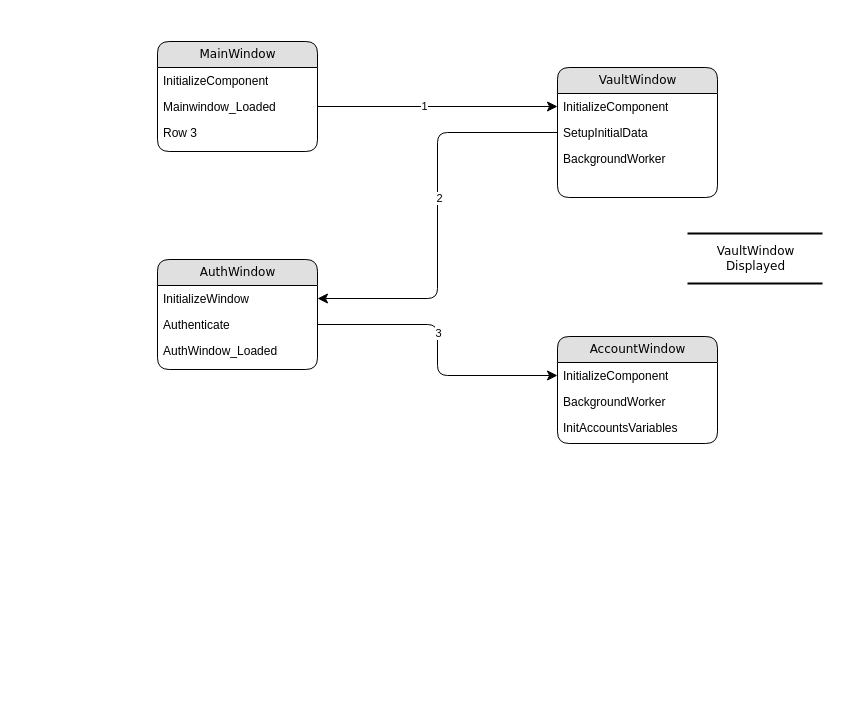
naz-hage/repo1 keeps this draw.io diagram as Vault.drawio. Above is the earlier version. Source tidied: cells renumbered, new cells numbered last; positions are measured from the earlier drawing's top-left corner, leaving out a move shared by most shapes. Both pictures are drawn from the tidied source at 100%, with x=0, y=0 at pixel (157, 41).
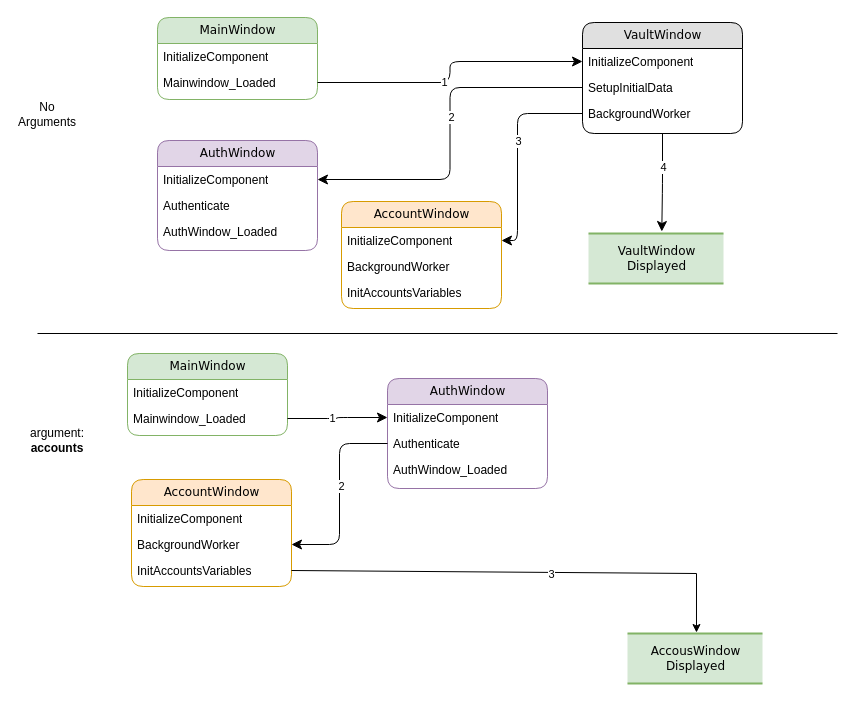
The same page after the edit.

Unchanged cells that the change refers to:
```xml
<mxCell id="9" value="BackgroundWorker" style="text;html=1;strokeColor=none;fillColor=none;spacingLeft=4;spacingRight=4;whiteSpace=wrap;overflow=hidden;points=[[0,0.5],[1,0.5]];portConstraint=eastwest;" parent="6" vertex="1">
  <mxGeometry y="78" width="160" height="26" as="geometry" />
</mxCell>
<mxCell id="12" value="Authenticate" style="text;html=1;strokeColor=none;fillColor=none;spacingLeft=4;spacingRight=4;whiteSpace=wrap;overflow=hidden;points=[[0,0.5],[1,0.5]];portConstraint=eastwest;" parent="10" vertex="1">
  <mxGeometry y="52" width="160" height="26" as="geometry" />
</mxCell>
<mxCell id="15" value="InitializeComponent" style="text;html=1;strokeColor=none;fillColor=none;spacingLeft=4;spacingRight=4;whiteSpace=wrap;overflow=hidden;points=[[0,0.5],[1,0.5]];portConstraint=eastwest;" parent="14" vertex="1">
  <mxGeometry y="26" width="160" height="26" as="geometry" />
</mxCell>
```

Change to the diagram source:
```diff
@@
-    <mxCell id="2" value="MainWindow" style="swimlane;html=1;fontStyle=0;horizontal=1;startSize=26;fillColor=#e0e0e0;swimlaneFillColor=#ffffff;align=center;rounded=1;shadow=0;comic=0;labelBackgroundColor=none;strokeWidth=1;fontFamily=Verdana;fontSize=12;" parent="1" vertex="1">
-      <mxGeometry width="160" height="110" as="geometry" />
+    <mxCell id="2" value="MainWindow" style="swimlane;html=1;fontStyle=0;horizontal=1;startSize=26;fillColor=#d5e8d4;swimlaneFillColor=#ffffff;align=center;rounded=1;shadow=0;comic=0;labelBackgroundColor=none;strokeWidth=1;fontFamily=Verdana;fontSize=12;strokeColor=#82b366;" parent="1" vertex="1">
+      <mxGeometry y="-24" width="160" height="82" as="geometry" />
     </mxCell>
@@
-    <mxCell id="5" value="Row 3" style="text;html=1;strokeColor=none;fillColor=none;spacingLeft=4;spacingRight=4;whiteSpace=wrap;overflow=hidden;" parent="2" vertex="1">
-      <mxGeometry y="78" width="160" height="26" as="geometry" />
-    </mxCell>
     <mxCell id="6" value="VaultWindow" style="swimlane;html=1;fontStyle=0;horizontal=1;startSize=26;fillColor=#e0e0e0;swimlaneFillColor=#ffffff;align=center;rounded=1;shadow=0;comic=0;labelBackgroundColor=none;strokeWidth=1;fontFamily=Verdana;fontSize=12;" parent="1" vertex="1">
-      <mxGeometry x="400" y="26" width="160" height="130" as="geometry" />
+      <mxGeometry x="425" y="-19" width="160" height="111" as="geometry" />
     </mxCell>
@@
-    <mxCell id="10" value="AuthWindow" style="swimlane;html=1;fontStyle=0;horizontal=1;startSize=26;fillColor=#e0e0e0;swimlaneFillColor=#ffffff;align=center;rounded=1;shadow=0;comic=0;labelBackgroundColor=none;strokeWidth=1;fontFamily=Verdana;fontSize=12;" parent="1" vertex="1">
-      <mxGeometry y="218" width="160" height="110" as="geometry" />
+    <mxCell id="10" value="AuthWindow" style="swimlane;html=1;fontStyle=0;horizontal=1;startSize=26;fillColor=#e1d5e7;swimlaneFillColor=#ffffff;align=center;rounded=1;shadow=0;comic=0;labelBackgroundColor=none;strokeWidth=1;fontFamily=Verdana;fontSize=12;strokeColor=#9673a6;" parent="1" vertex="1">
+      <mxGeometry y="99" width="160" height="110" as="geometry" />
     </mxCell>
-    <mxCell id="11" value="InitializeWindow" style="text;html=1;strokeColor=none;fillColor=none;spacingLeft=4;spacingRight=4;whiteSpace=wrap;overflow=hidden;points=[[0,0.5],[1,0.5]];portConstraint=eastwest;" parent="10" vertex="1">
+    <mxCell id="11" value="InitializeComponent" style="text;html=1;strokeColor=none;fillColor=none;spacingLeft=4;spacingRight=4;whiteSpace=wrap;overflow=hidden;points=[[0,0.5],[1,0.5]];portConstraint=eastwest;" parent="10" vertex="1">
       <mxGeometry y="26" width="160" height="26" as="geometry" />
     </mxCell>
@@
-    <mxCell id="14" value="AccountWindow" style="swimlane;html=1;fontStyle=0;horizontal=1;startSize=26;fillColor=#e0e0e0;swimlaneFillColor=#ffffff;align=center;rounded=1;shadow=0;comic=0;labelBackgroundColor=none;strokeWidth=1;fontFamily=Verdana;fontSize=12;" parent="1" vertex="1">
-      <mxGeometry x="400" y="295" width="160" height="107" as="geometry" />
+    <mxCell id="14" value="AccountWindow" style="swimlane;html=1;fontStyle=0;horizontal=1;startSize=26;fillColor=#ffe6cc;swimlaneFillColor=#ffffff;align=center;rounded=1;shadow=0;comic=0;labelBackgroundColor=none;strokeWidth=1;fontFamily=Verdana;fontSize=12;strokeColor=#d79b00;" parent="1" vertex="1">
+      <mxGeometry x="184" y="160" width="160" height="107" as="geometry" />
     </mxCell>
@@
-    <mxCell id="20" style="edgeStyle=orthogonalEdgeStyle;html=1;exitX=1;exitY=0.5;entryX=0;entryY=0.5;labelBackgroundColor=none;startFill=0;startSize=8;endFill=1;endSize=8;fontFamily=Verdana;fontSize=12;entryDx=0;entryDy=0;" parent="1" edge="1" source="12" target="15">
-      <mxGeometry relative="1" as="geometry" />
+    <mxCell id="20" style="edgeStyle=orthogonalEdgeStyle;html=1;entryX=1;entryY=0.5;labelBackgroundColor=none;startFill=0;startSize=8;endFill=1;endSize=8;fontFamily=Verdana;fontSize=12;entryDx=0;entryDy=0;exitX=0;exitY=0.5;exitDx=0;exitDy=0;" parent="1" edge="1" source="9" target="15">
+      <mxGeometry relative="1" as="geometry">
+        <Array as="points">
+          <mxPoint x="360" y="72" />
+          <mxPoint x="360" y="199" />
+        </Array>
+      </mxGeometry>
     </mxCell>
@@
-    <mxCell id="24" value="VaultWindow &lt;br&gt;Displayed" style="html=1;rounded=0;shadow=0;comic=0;labelBackgroundColor=none;strokeWidth=2;fontFamily=Verdana;fontSize=12;align=center;shape=mxgraph.ios7ui.horLines;" parent="1" vertex="1">
-      <mxGeometry x="530" y="192" width="135" height="50" as="geometry" />
+    <mxCell id="24" value="VaultWindow &lt;br&gt;Displayed" style="html=1;rounded=0;shadow=0;comic=0;labelBackgroundColor=none;strokeWidth=2;fontFamily=Verdana;fontSize=12;align=center;shape=mxgraph.ios7ui.horLines;fillColor=#d5e8d4;strokeColor=#82b366;" parent="1" vertex="1">
+      <mxGeometry x="431" y="192" width="135" height="50" as="geometry" />
     </mxCell>
+    <mxCell id="25" style="edgeStyle=orthogonalEdgeStyle;html=1;entryX=0.543;entryY=-0.04;labelBackgroundColor=none;startFill=0;startSize=8;endFill=1;endSize=8;fontFamily=Verdana;fontSize=12;entryDx=0;entryDy=0;entryPerimeter=0;exitX=0.5;exitY=1;exitDx=0;exitDy=0;" parent="1" edge="1" source="6" target="24">
+      <mxGeometry relative="1" as="geometry" />
+    </mxCell>
+    <mxCell id="26" value="4" style="edgeLabel;html=1;align=center;verticalAlign=middle;" parent="25" vertex="1">
+      <mxGeometry x="-0.34" relative="1" as="geometry" />
+    </mxCell>
+    <mxCell id="27" value="No Arguments" style="text;strokeColor=none;align=center;fillColor=none;html=1;verticalAlign=middle;whiteSpace=wrap;rounded=0;" parent="1" vertex="1">
+      <mxGeometry x="-140" y="58" width="60" height="30" as="geometry" />
+    </mxCell>
+    <mxCell id="28" value="MainWindow" style="swimlane;html=1;fontStyle=0;horizontal=1;startSize=26;fillColor=#d5e8d4;swimlaneFillColor=#ffffff;align=center;rounded=1;shadow=0;comic=0;labelBackgroundColor=none;strokeWidth=1;fontFamily=Verdana;fontSize=12;strokeColor=#82b366;" parent="1" vertex="1">
+      <mxGeometry x="-30" y="312" width="160" height="82" as="geometry" />
+    </mxCell>
+    <mxCell id="29" value="InitializeComponent" style="text;html=1;strokeColor=none;fillColor=none;spacingLeft=4;spacingRight=4;whiteSpace=wrap;overflow=hidden;" parent="28" vertex="1">
+      <mxGeometry y="26" width="160" height="26" as="geometry" />
+    </mxCell>
+    <mxCell id="30" value="Mainwindow_Loaded" style="text;html=1;strokeColor=none;fillColor=none;spacingLeft=4;spacingRight=4;whiteSpace=wrap;overflow=hidden;points=[[0,0.5],[1,0.5]];portConstraint=eastwest;" parent="28" vertex="1">
+      <mxGeometry y="52" width="160" height="26" as="geometry" />
+    </mxCell>
+    <mxCell id="31" value="AuthWindow" style="swimlane;html=1;fontStyle=0;horizontal=1;startSize=26;fillColor=#e1d5e7;swimlaneFillColor=#ffffff;align=center;rounded=1;shadow=0;comic=0;labelBackgroundColor=none;strokeWidth=1;fontFamily=Verdana;fontSize=12;strokeColor=#9673a6;" parent="1" vertex="1">
+      <mxGeometry x="230" y="337" width="160" height="110" as="geometry" />
+    </mxCell>
+    <mxCell id="32" value="InitializeComponent" style="text;html=1;strokeColor=none;fillColor=none;spacingLeft=4;spacingRight=4;whiteSpace=wrap;overflow=hidden;points=[[0,0.5],[1,0.5]];portConstraint=eastwest;" parent="31" vertex="1">
+      <mxGeometry y="26" width="160" height="26" as="geometry" />
+    </mxCell>
+    <mxCell id="33" value="Authenticate" style="text;html=1;strokeColor=none;fillColor=none;spacingLeft=4;spacingRight=4;whiteSpace=wrap;overflow=hidden;points=[[0,0.5],[1,0.5]];portConstraint=eastwest;" parent="31" vertex="1">
+      <mxGeometry y="52" width="160" height="26" as="geometry" />
+    </mxCell>
+    <mxCell id="34" value="AuthWindow_Loaded" style="text;html=1;strokeColor=none;fillColor=none;spacingLeft=4;spacingRight=4;whiteSpace=wrap;overflow=hidden;" parent="31" vertex="1">
+      <mxGeometry y="78" width="160" height="26" as="geometry" />
+    </mxCell>
+    <mxCell id="35" value="AccountWindow" style="swimlane;html=1;fontStyle=0;horizontal=1;startSize=26;fillColor=#ffe6cc;swimlaneFillColor=#ffffff;align=center;rounded=1;shadow=0;comic=0;labelBackgroundColor=none;strokeWidth=1;fontFamily=Verdana;fontSize=12;strokeColor=#d79b00;" parent="1" vertex="1">
+      <mxGeometry x="-26" y="438" width="160" height="107" as="geometry" />
+    </mxCell>
+    <mxCell id="36" value="InitializeComponent" style="text;html=1;strokeColor=none;fillColor=none;spacingLeft=4;spacingRight=4;whiteSpace=wrap;overflow=hidden;" parent="35" vertex="1">
+      <mxGeometry y="26" width="160" height="26" as="geometry" />
+    </mxCell>
+    <mxCell id="37" value="BackgroundWorker" style="text;html=1;strokeColor=none;fillColor=none;spacingLeft=4;spacingRight=4;whiteSpace=wrap;overflow=hidden;points=[[0,0.5],[1,0.5]];portConstraint=eastwest;" parent="35" vertex="1">
+      <mxGeometry y="52" width="160" height="26" as="geometry" />
+    </mxCell>
+    <mxCell id="38" value="InitAccountsVariables" style="text;html=1;strokeColor=none;fillColor=none;spacingLeft=4;spacingRight=4;whiteSpace=wrap;overflow=hidden;points=[[0,0.5],[1,0.5]];portConstraint=eastwest;" parent="35" vertex="1">
+      <mxGeometry y="78" width="160" height="26" as="geometry" />
+    </mxCell>
+    <mxCell id="39" value="AccousWindow &lt;br&gt;Displayed" style="html=1;rounded=0;shadow=0;comic=0;labelBackgroundColor=none;strokeWidth=2;fontFamily=Verdana;fontSize=12;align=center;shape=mxgraph.ios7ui.horLines;fillColor=#d5e8d4;strokeColor=#82b366;" parent="1" vertex="1">
+      <mxGeometry x="470" y="592" width="135" height="50" as="geometry" />
+    </mxCell>
+    <mxCell id="40" value="argument:&lt;br&gt;&lt;b&gt;accounts&lt;/b&gt;" style="text;strokeColor=none;align=center;fillColor=none;html=1;verticalAlign=middle;whiteSpace=wrap;rounded=0;" parent="1" vertex="1">
+      <mxGeometry x="-130" y="384" width="60" height="30" as="geometry" />
+    </mxCell>
+    <mxCell id="41" style="edgeStyle=orthogonalEdgeStyle;html=1;labelBackgroundColor=none;startFill=0;startSize=8;endFill=1;endSize=8;fontFamily=Verdana;fontSize=12;exitX=1;exitY=0.5;exitDx=0;exitDy=0;" parent="1" edge="1" source="30" target="32">
+      <mxGeometry relative="1" as="geometry" />
+    </mxCell>
+    <mxCell id="42" value="1" style="edgeLabel;html=1;align=center;verticalAlign=middle;" parent="41" vertex="1">
+      <mxGeometry x="-0.12" y="1" relative="1" as="geometry" />
+    </mxCell>
+    <mxCell id="43" style="edgeStyle=orthogonalEdgeStyle;html=1;exitX=0;exitY=0.5;labelBackgroundColor=none;startFill=0;startSize=8;endFill=1;endSize=8;fontFamily=Verdana;fontSize=12;entryX=1;entryY=0.5;entryDx=0;entryDy=0;exitDx=0;exitDy=0;" parent="1" edge="1" source="33" target="37">
+      <mxGeometry relative="1" as="geometry" />
+    </mxCell>
+    <mxCell id="44" value="2" style="edgeLabel;html=1;align=center;verticalAlign=middle;" parent="43" vertex="1">
+      <mxGeometry x="-0.09" y="1" relative="1" as="geometry" />
+    </mxCell>
+    <mxCell id="45" style="endArrow=none;html=1;rounded=0;" parent="1" edge="1">
+      <mxGeometry relative="1" as="geometry">
+        <mxPoint x="-120" y="292" as="sourcePoint" />
+        <mxPoint x="680" y="292" as="targetPoint" />
+      </mxGeometry>
+    </mxCell>
+    <mxCell id="46" style="endArrow=classic;html=1;rounded=0;exitX=1;exitY=0.5;exitDx=0;exitDy=0;entryX=0.511;entryY=-0.02;entryDx=0;entryDy=0;entryPerimeter=0;" parent="1" edge="1" source="38" target="39">
+      <mxGeometry relative="1" as="geometry">
+        <Array as="points">
+          <mxPoint x="539" y="532" />
+        </Array>
+      </mxGeometry>
+    </mxCell>
+    <mxCell id="47" value="3" style="edgeLabel;html=1;align=center;verticalAlign=middle;" parent="46" vertex="1">
+      <mxGeometry x="0.12" y="-2" relative="1" as="geometry" />
+    </mxCell>
```
